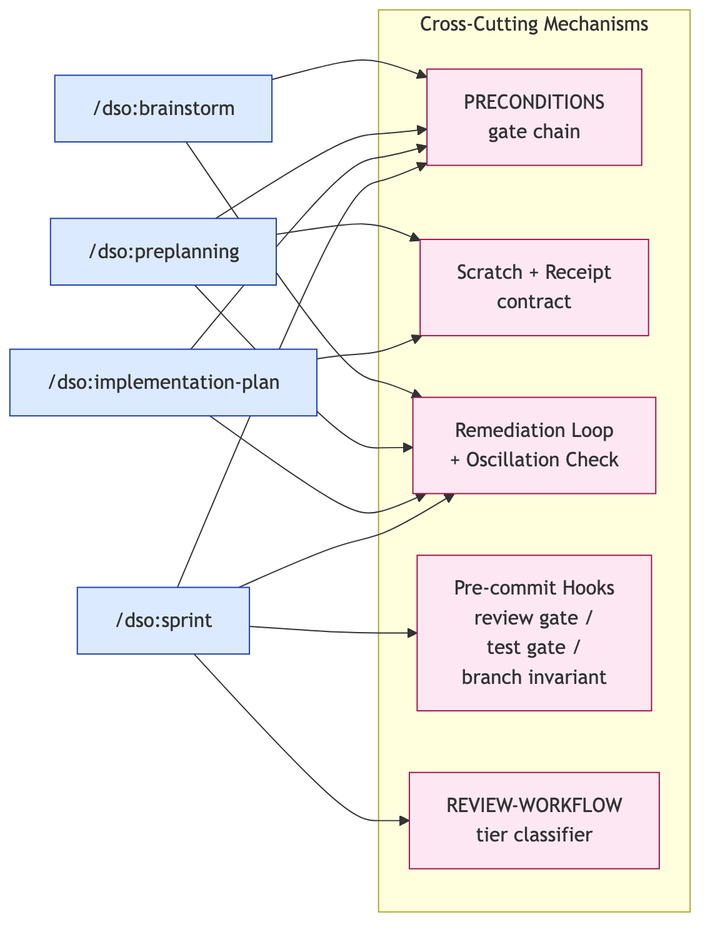
Above: docs/architecture/diagrams/09-cross-cutting-concerns.png in navapbc/digital-service-orchestra (Mermaid), before the change. Its source is kept beside it as docs/architecture/diagrams/09-cross-cutting-concerns.mmd. The source it was exported from:
```mermaid
flowchart LR
  subgraph cross["Cross-Cutting Mechanisms"]
    direction TB
    prec[PRECONDITIONS<br/>gate chain]
    scratch[Scratch + Receipt<br/>contract]
    remed[Remediation Loop<br/>+ Oscillation Check]
    hooks[Pre-commit Hooks<br/>review gate /<br/>test gate /<br/>branch invariant]
    review[REVIEW-WORKFLOW<br/>tier classifier]
  end

  brainstorm["/dso:brainstorm"] --> prec
  preplanning["/dso:preplanning"] --> prec
  implplan["/dso:implementation-plan"] --> prec
  sprint["/dso:sprint"] --> prec

  preplanning --> scratch
  implplan --> scratch

  brainstorm --> remed
  preplanning --> remed
  implplan --> remed
  sprint --> remed

  sprint --> hooks
  sprint --> review

  classDef skill fill:#dbeafe,stroke:#1e40af
  classDef cross fill:#fce7f3,stroke:#9d174d
  class brainstorm,preplanning,implplan,sprint skill
  class prec,scratch,remed,hooks,review cross
```
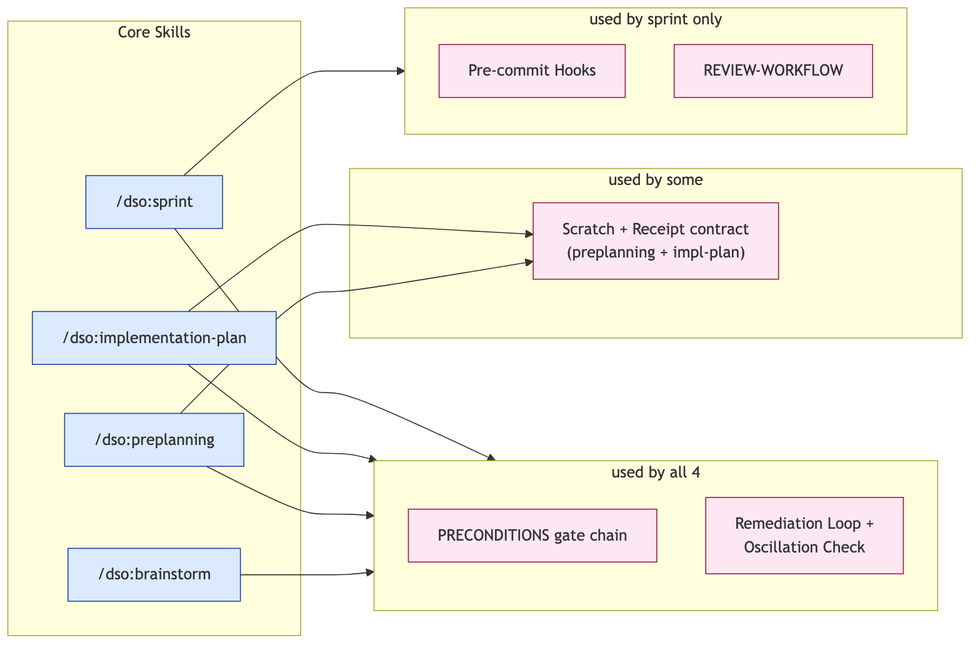
After the commit.

The edit, as a diff of the source:
```diff
@@ -1,30 +1,38 @@
 flowchart LR
-  subgraph cross["Cross-Cutting Mechanisms"]
+  subgraph skills["Core Skills"]
     direction TB
-    prec[PRECONDITIONS<br/>gate chain]
-    scratch[Scratch + Receipt<br/>contract]
-    remed[Remediation Loop<br/>+ Oscillation Check]
-    hooks[Pre-commit Hooks<br/>review gate /<br/>test gate /<br/>branch invariant]
-    review[REVIEW-WORKFLOW<br/>tier classifier]
+    sk1["/dso:brainstorm"]
+    sk2["/dso:preplanning"]
+    sk3["/dso:implementation-plan"]
+    sk4["/dso:sprint"]
   end
 
-  brainstorm["/dso:brainstorm"] --> prec
-  preplanning["/dso:preplanning"] --> prec
-  implplan["/dso:implementation-plan"] --> prec
-  sprint["/dso:sprint"] --> prec
+  subgraph all4["used by all 4"]
+    direction TB
+    prec[PRECONDITIONS gate chain]
+    remed[Remediation Loop +<br/>Oscillation Check]
+  end
 
-  preplanning --> scratch
-  implplan --> scratch
+  subgraph some["used by some"]
+    direction TB
+    scratch["Scratch + Receipt contract<br/>(preplanning + impl-plan)"]
+  end
 
-  brainstorm --> remed
-  preplanning --> remed
-  implplan --> remed
-  sprint --> remed
+  subgraph sprintonly["used by sprint only"]
+    direction TB
+    hooks[Pre-commit Hooks]
+    review[REVIEW-WORKFLOW]
+  end
 
-  sprint --> hooks
-  sprint --> review
+  sk1 --> all4
+  sk2 --> all4
+  sk3 --> all4
+  sk4 --> all4
+  sk2 --> scratch
+  sk3 --> scratch
+  sk4 --> sprintonly
 
   classDef skill fill:#dbeafe,stroke:#1e40af
   classDef cross fill:#fce7f3,stroke:#9d174d
-  class brainstorm,preplanning,implplan,sprint skill
+  class sk1,sk2,sk3,sk4 skill
   class prec,scratch,remed,hooks,review cross
```
